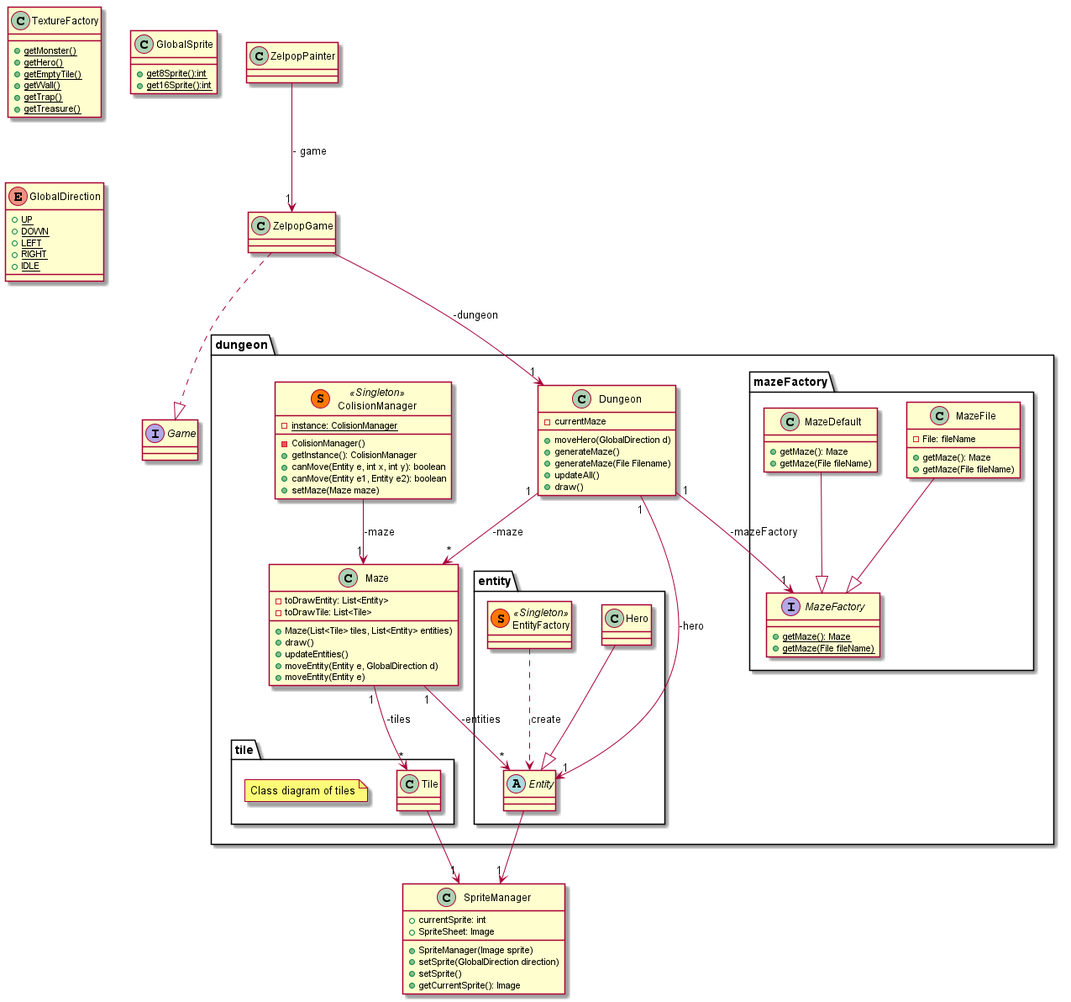
This is doc/first_sprint/diagrams/class/global.png from Reynault/ACL_2019_Zelpop, a PlantUML export, as it was before one commit.
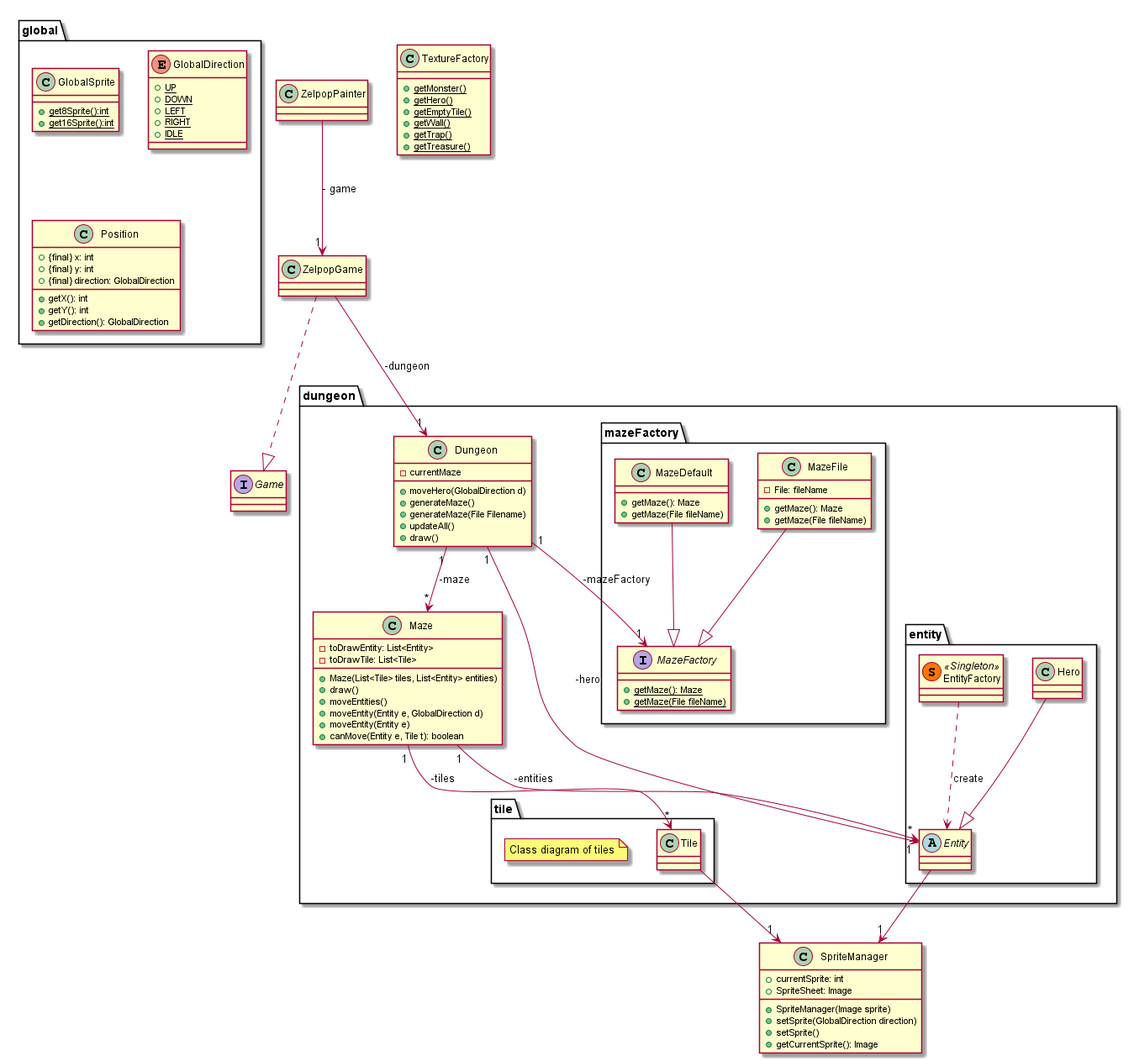
After the change.

Diff of the diagram source:
```diff
@@ -24,9 +24,10 @@
         - toDrawTile: List<Tile>
         + Maze(List<Tile> tiles, List<Entity> entities)
         + draw()
-        + updateEntities()
+        + moveEntities()
         + moveEntity(Entity e, GlobalDirection d)
         + moveEntity(Entity e)
+        + canMove(Entity e, Tile t): boolean
     }
 
     package tile{
@@ -54,17 +55,6 @@
         }
 
     }
-
-    class ColisionManager << (S,#FF7700) Singleton >>{
-        - {static} instance: ColisionManager
-        - ColisionManager()
-        + getInstance(): ColisionManager
-        + canMove(Entity e, int x, int y): boolean
-        + canMove(Entity e1, Entity e2): boolean
-        + setMaze(Maze maze)
-    }
-
-    ColisionManager --> "1" Maze: -maze
 
     package mazeFactory{
 
@@ -111,17 +101,30 @@
     + getCurrentSprite(): Image
 }
 
-class GlobalSprite{
-    + {static} get8Sprite():int
-    + {static} get16Sprite():int
-}
+package global{
 
-enum GlobalDirection{
-    + {static} UP
-    + {static} DOWN
-    + {static} LEFT
-    + {static} RIGHT
-    + {static} IDLE
+    class GlobalSprite{
+        + {static} get8Sprite():int
+        + {static} get16Sprite():int
+    }
+
+    enum GlobalDirection{
+        + {static} UP
+        + {static} DOWN
+        + {static} LEFT
+        + {static} RIGHT
+        + {static} IDLE
+    }
+
+    class Position{
+        + {final} x: int
+        + {final} y: int
+        + {final} direction: GlobalDirection
+        + getX(): int
+        + getY(): int
+        + getDirection(): GlobalDirection
+    }
+
 }
 
 MazeDefault --|> MazeFactory
```
